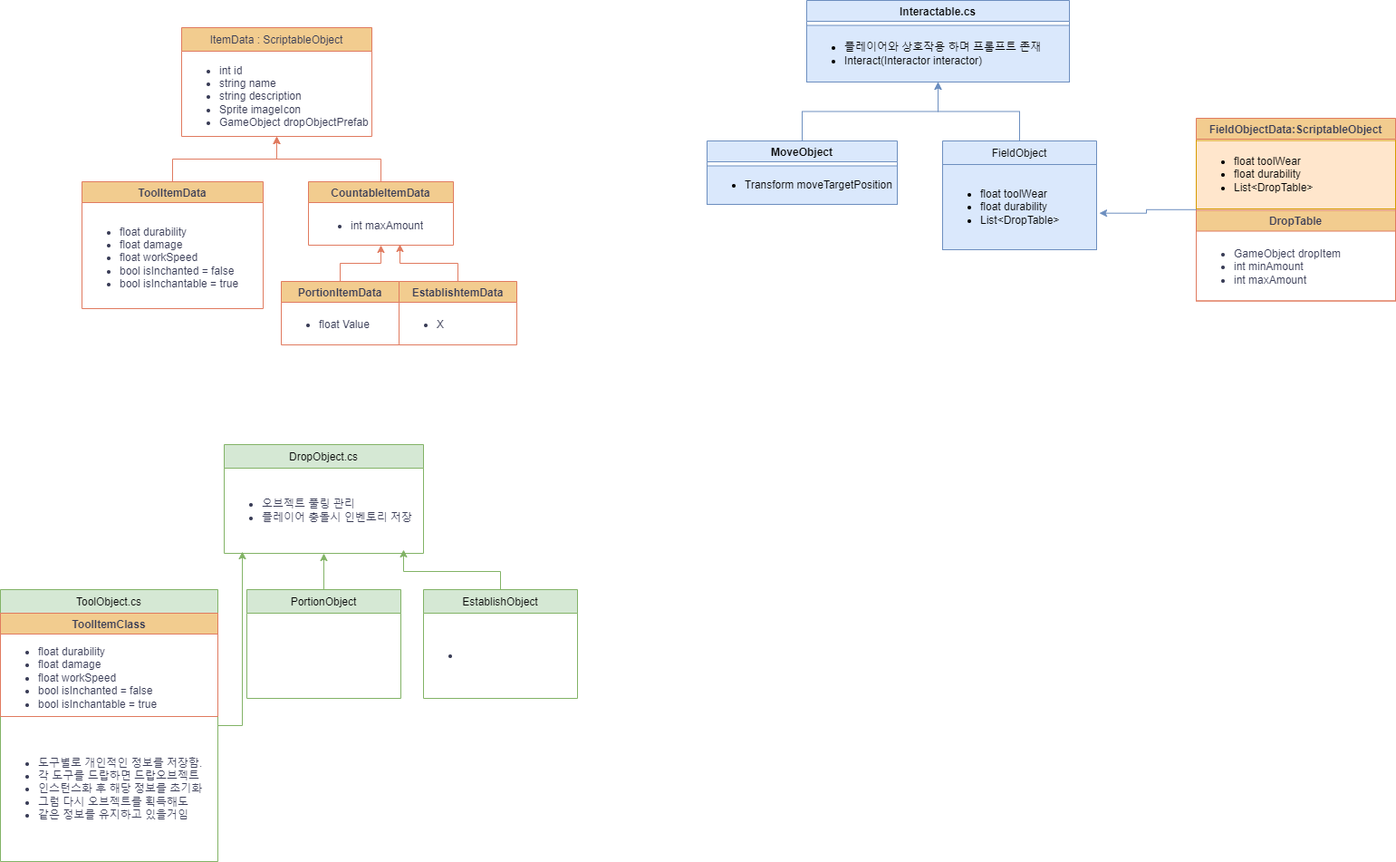
The draw.io diagram 제목 없는 다이어그램.drawio.png in hae-seung/ddolking, before a commit. Source tidied: cells renumbered, new cells last; positions are measured from the earlier drawing's top-left corner, leaving out a move shared by most shapes.
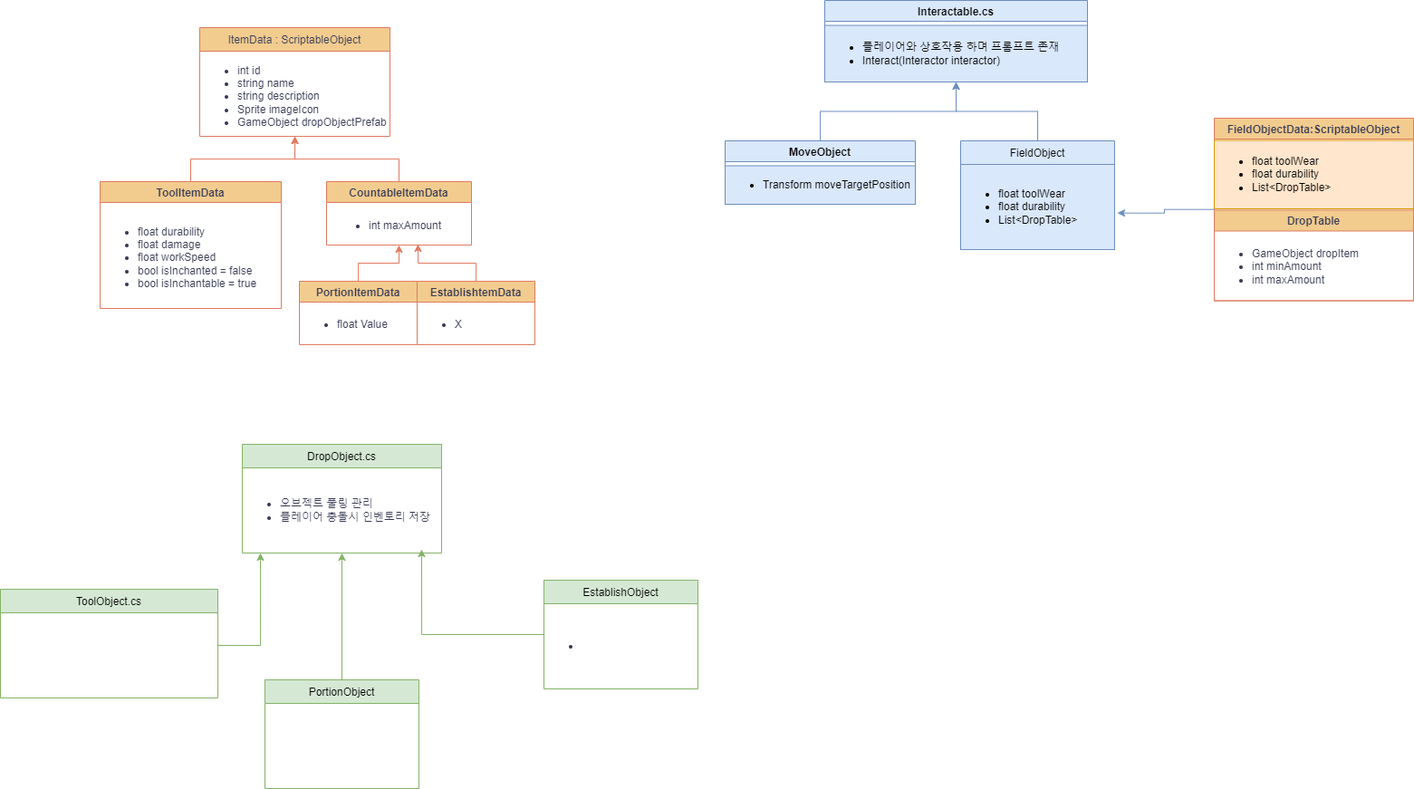
After the change.

Commit message:
제목 없는 다이어그램.drawio.png 업데이트

Change to the diagram source:
```diff
@@ -84,17 +84,8 @@
       <mxGeometry y="26" width="220" height="94" as="geometry" />
     </mxCell>
     <mxCell id="29" value="ToolObject.cs" style="swimlane;fontStyle=0;align=center;verticalAlign=top;horizontal=1;startSize=26;rounded=0;shadow=0;strokeWidth=1;labelBackgroundColor=none;fillColor=#d5e8d4;strokeColor=#82b366;" parent="1" vertex="1">
-      <mxGeometry y="650" width="240" height="300" as="geometry" />
+      <mxGeometry x="-20" y="650" width="240" height="120" as="geometry" />
     </mxCell>
-    <mxCell id="30" value="ToolItemClass" style="swimlane;strokeColor=#E07A5F;fontColor=#393C56;fillColor=#F2CC8F;" parent="29" vertex="1">
-      <mxGeometry y="26" width="240" height="114" as="geometry" />
-    </mxCell>
-    <mxCell id="31" value="&lt;ul&gt;&lt;li&gt;float durability&lt;/li&gt;&lt;li&gt;float damage&lt;/li&gt;&lt;li&gt;float workSpeed&lt;/li&gt;&lt;li&gt;bool isInchanted = false&lt;/li&gt;&lt;li&gt;bool isInchantable = true&lt;/li&gt;&lt;/ul&gt;" style="text;strokeColor=none;fillColor=none;html=1;whiteSpace=wrap;verticalAlign=middle;overflow=hidden;fontColor=#393C56;" parent="30" vertex="1">
-      <mxGeometry y="21.5" width="240" height="88.5" as="geometry" />
-    </mxCell>
-    <mxCell id="32" value="&lt;ul&gt;&lt;li&gt;도구별로 개인적인 정보를 저장함.&lt;/li&gt;&lt;li&gt;각 도구를 드랍하면 드랍오브젝트&amp;nbsp;&lt;/li&gt;&lt;li&gt;인스턴스화 후 해당 정보를 초기화&amp;nbsp;&lt;/li&gt;&lt;li&gt;그럼 다시 오브젝트를 획득해도&amp;nbsp;&lt;/li&gt;&lt;li&gt;같은 정보를 유지하고 있을거임&lt;/li&gt;&lt;/ul&gt;" style="text;strokeColor=none;fillColor=none;html=1;whiteSpace=wrap;verticalAlign=middle;overflow=hidden;fontColor=#393C56;" parent="29" vertex="1">
-      <mxGeometry y="140" width="240" height="160" as="geometry" />
-    </mxCell>
     <mxCell id="33" value="EstablishtemData" style="swimlane;strokeColor=#E07A5F;fontColor=#393C56;fillColor=#F2CC8F;startSize=23;" parent="1" vertex="1">
       <mxGeometry x="440" y="310" width="130" height="70" as="geometry" />
     </mxCell>
@@ -108,16 +99,22 @@
       <mxGeometry relative="1" as="geometry" />
     </mxCell>
     <mxCell id="37" value="PortionObject" style="swimlane;fontStyle=0;align=center;verticalAlign=top;horizontal=1;startSize=26;rounded=0;shadow=0;strokeWidth=1;labelBackgroundColor=none;fillColor=#d5e8d4;strokeColor=#82b366;" parent="1" vertex="1">
-      <mxGeometry x="272" y="650" width="170" height="120" as="geometry" />
+      <mxGeometry x="272" y="750" width="170" height="120" as="geometry" />
     </mxCell>
     <mxCell id="38" value="EstablishObject" style="swimlane;fontStyle=0;align=center;verticalAlign=top;horizontal=1;startSize=26;rounded=0;shadow=0;strokeWidth=1;labelBackgroundColor=none;fillColor=#d5e8d4;strokeColor=#82b366;" parent="1" vertex="1">
-      <mxGeometry x="467" y="650" width="170" height="120" as="geometry" />
+      <mxGeometry x="580" y="640" width="170" height="120" as="geometry" />
     </mxCell>
     <mxCell id="39" value="&lt;ul&gt;&lt;li&gt;&lt;br&gt;&lt;/li&gt;&lt;/ul&gt;" style="text;strokeColor=none;fillColor=none;html=1;whiteSpace=wrap;verticalAlign=middle;overflow=hidden;fontColor=#393C56;" parent="38" vertex="1">
       <mxGeometry y="26" width="170" height="94" as="geometry" />
     </mxCell>
-    <mxCell id="40" style="edgeStyle=orthogonalEdgeStyle;rounded=0;jettySize=auto;html=1;entryX=0.091;entryY=0.979;entryDx=0;entryDy=0;entryPerimeter=0;strokeColor=#82b366;fontColor=#393C56;fillColor=#d5e8d4;" parent="1" edge="1" source="29" target="28">
-      <mxGeometry relative="1" as="geometry" />
+    <mxCell id="40" style="edgeStyle=orthogonalEdgeStyle;rounded=0;orthogonalLoop=1;jettySize=auto;html=1;entryX=0.091;entryY=0.979;entryDx=0;entryDy=0;entryPerimeter=0;strokeColor=#82b366;fontColor=#393C56;fillColor=#d5e8d4;" parent="1" edge="1">
+      <mxGeometry relative="1" as="geometry">
+        <mxPoint x="220" y="712" as="sourcePoint" />
+        <mxPoint x="267" y="610" as="targetPoint" />
+        <Array as="points">
+          <mxPoint x="267" y="712" />
+        </Array>
+      </mxGeometry>
     </mxCell>
     <mxCell id="41" style="edgeStyle=orthogonalEdgeStyle;rounded=0;jettySize=auto;html=1;entryX=0.9;entryY=0.957;entryDx=0;entryDy=0;entryPerimeter=0;strokeColor=#82b366;fontColor=#393C56;fillColor=#d5e8d4;" parent="1" edge="1" source="38" target="28">
       <mxGeometry relative="1" as="geometry" />
```
